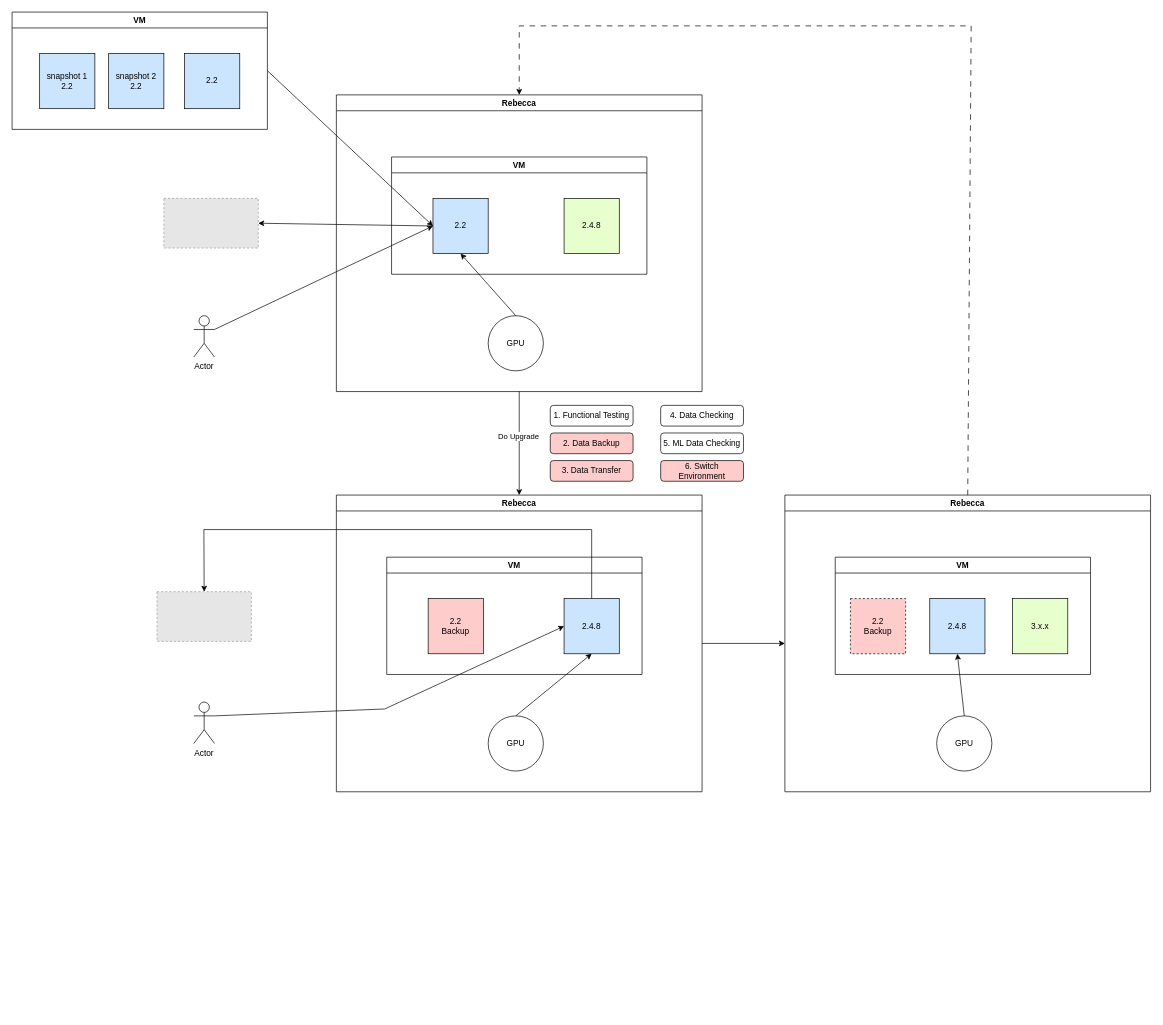
The draw.io diagram cvat-deployment.drawio in QAlexBall/diagrams, before the edit. Source tidied: cells renumbered, new cells numbered last; positions are measured from the earlier drawing's top-left corner, leaving out a move shared by most shapes. Both pictures are drawn from the tidied source at 69%, with x=0, y=0 at pixel (12, 12). Pictures stored in the file or linked from it are replaced by grey dashed boxes.
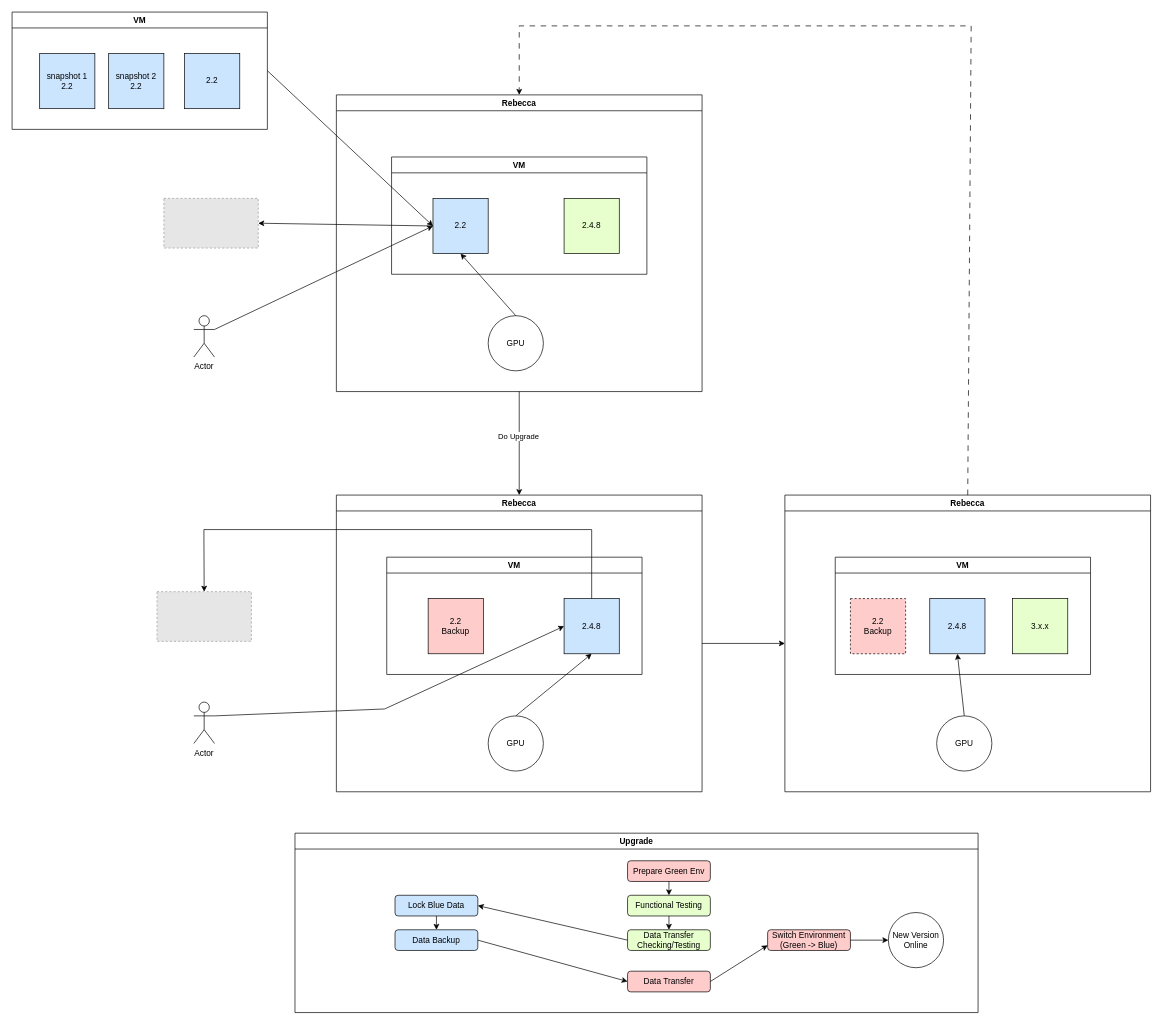
The same diagram, later.

Change to the diagram source:
```diff
@@
-    <mxCell id="38" value="1. Functional Testing" style="rounded=1;whiteSpace=wrap;html=1;" parent="1" vertex="1">
-      <mxGeometry x="780" y="570" width="120" height="30" as="geometry" />
-    </mxCell>
+    <mxCell id="44" value="Upgrade" style="swimlane;whiteSpace=wrap;html=1;" parent="1" vertex="1">
+      <mxGeometry x="410" y="1190" width="990" height="260" as="geometry" />
+    </mxCell>
-    <mxCell id="39" value="2. Data Backup" style="rounded=1;whiteSpace=wrap;html=1;fillColor=#FFCCCC;" parent="1" vertex="1">
-      <mxGeometry x="780" y="610" width="120" height="30" as="geometry" />
+    <mxCell id="39" value="Data Backup" style="rounded=1;whiteSpace=wrap;html=1;fillColor=#CCE5FF;" parent="44" vertex="1">
+      <mxGeometry x="145" y="140" width="120" height="30" as="geometry" />
     </mxCell>
-    <mxCell id="40" value="3. Data Transfer" style="rounded=1;whiteSpace=wrap;html=1;fillColor=#FFCCCC;" parent="1" vertex="1">
-      <mxGeometry x="780" y="650" width="120" height="30" as="geometry" />
+    <mxCell id="40" value="Data Transfer" style="rounded=1;whiteSpace=wrap;html=1;fillColor=#FFCCCC;" parent="44" vertex="1">
+      <mxGeometry x="482" y="200" width="120" height="30" as="geometry" />
     </mxCell>
+    <mxCell id="38" value="Functional Testing" style="rounded=1;whiteSpace=wrap;html=1;fillColor=#E6FFCC;" parent="44" vertex="1">
+      <mxGeometry x="482" y="90" width="120" height="30" as="geometry" />
+    </mxCell>
-    <mxCell id="41" value="4. Data Checking" style="rounded=1;whiteSpace=wrap;html=1;" parent="1" vertex="1">
-      <mxGeometry x="940" y="570" width="120" height="30" as="geometry" />
+    <mxCell id="41" value="Data Transfer Checking/Testing" style="rounded=1;whiteSpace=wrap;html=1;fillColor=#E6FFCC;" parent="44" vertex="1">
+      <mxGeometry x="482" y="140" width="120" height="30" as="geometry" />
     </mxCell>
-    <mxCell id="42" value="6. Switch Environment" style="rounded=1;whiteSpace=wrap;html=1;fillColor=#FFCCCC;" parent="1" vertex="1">
-      <mxGeometry x="940" y="650" width="120" height="30" as="geometry" />
+    <mxCell id="42" value="Switch Environment&lt;br&gt;(Green -&amp;gt; Blue)" style="rounded=1;whiteSpace=wrap;html=1;fillColor=#FFCCCC;" parent="44" vertex="1">
+      <mxGeometry x="685" y="140" width="120" height="30" as="geometry" />
     </mxCell>
-    <mxCell id="43" value="5. ML Data Checking" style="rounded=1;whiteSpace=wrap;html=1;" parent="1" vertex="1">
-      <mxGeometry x="940" y="610" width="120" height="30" as="geometry" />
-    </mxCell>
+    <mxCell id="45" value="Prepare Green Env" style="rounded=1;whiteSpace=wrap;html=1;fillColor=#FFCCCC;" parent="44" vertex="1">
+      <mxGeometry x="482" y="40" width="120" height="30" as="geometry" />
+    </mxCell>
+    <mxCell id="46" style="endArrow=classic;html=1;rounded=0;exitX=0.5;exitY=1;exitDx=0;exitDy=0;entryX=0.5;entryY=0;entryDx=0;entryDy=0;" parent="44" edge="1" source="45" target="38">
+      <mxGeometry relative="1" as="geometry" />
+    </mxCell>
+    <mxCell id="47" style="endArrow=classic;html=1;rounded=0;exitX=0.5;exitY=1;exitDx=0;exitDy=0;entryX=0.5;entryY=0;entryDx=0;entryDy=0;" parent="44" edge="1" source="38" target="41">
+      <mxGeometry relative="1" as="geometry" />
+    </mxCell>
+    <mxCell id="48" style="endArrow=classic;html=1;rounded=0;exitX=0.5;exitY=1;exitDx=0;exitDy=0;entryX=0.5;entryY=0;entryDx=0;entryDy=0;" parent="44" edge="1" source="50" target="39">
+      <mxGeometry relative="1" as="geometry" />
+    </mxCell>
+    <mxCell id="49" style="endArrow=classic;html=1;rounded=0;exitX=1;exitY=0.5;exitDx=0;exitDy=0;entryX=0;entryY=0.75;entryDx=0;entryDy=0;" parent="44" edge="1" source="40" target="42">
+      <mxGeometry relative="1" as="geometry" />
+    </mxCell>
+    <mxCell id="50" value="Lock Blue Data" style="rounded=1;whiteSpace=wrap;html=1;fillColor=#CCE5FF;" parent="44" vertex="1">
+      <mxGeometry x="145" y="90" width="120" height="30" as="geometry" />
+    </mxCell>
+    <mxCell id="51" style="endArrow=classic;html=1;rounded=0;exitX=1;exitY=0.5;exitDx=0;exitDy=0;entryX=0;entryY=0.5;entryDx=0;entryDy=0;" parent="44" edge="1" source="39" target="40">
+      <mxGeometry relative="1" as="geometry" />
+    </mxCell>
+    <mxCell id="52" style="endArrow=classic;html=1;rounded=0;exitX=0;exitY=0.5;exitDx=0;exitDy=0;entryX=1;entryY=0.5;entryDx=0;entryDy=0;" parent="44" edge="1" source="41" target="50">
+      <mxGeometry relative="1" as="geometry" />
+    </mxCell>
+    <mxCell id="53" value="New Version&lt;br&gt;Online" style="ellipse;whiteSpace=wrap;html=1;" parent="44" vertex="1">
+      <mxGeometry x="860" y="115" width="80" height="80" as="geometry" />
+    </mxCell>
+    <mxCell id="54" style="endArrow=classic;html=1;rounded=0;exitX=1;exitY=0.5;exitDx=0;exitDy=0;entryX=0;entryY=0.5;entryDx=0;entryDy=0;" parent="44" edge="1" source="42" target="53">
+      <mxGeometry relative="1" as="geometry" />
+    </mxCell>
```
